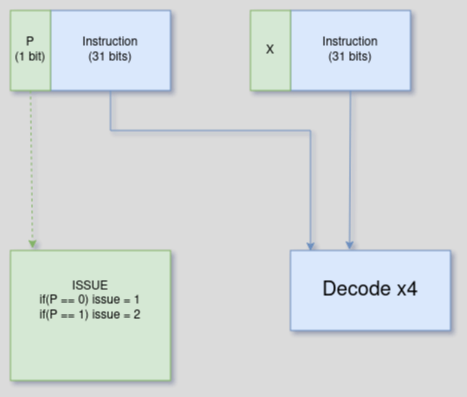
Above: graph/Altair_instruction.png in Kannagi/AltairX (draw.io), before the change. Source tidied: cells renumbered, new cells last; positions are measured from the earlier drawing's top-left corner, leaving out a move shared by most shapes. Source of this version:
```xml
<mxGraphModel background="#DBDBDB">
  <root>
    <mxCell id="0" />
    <mxCell id="1" parent="0" />
    <mxCell id="2" value="Instruction&lt;br&gt;(31 bits)" style="rounded=0;whiteSpace=wrap;html=1;fillColor=#dae8fc;strokeColor=#6c8ebf;" parent="1" vertex="1">
      <mxGeometry x="40" width="120" height="80" as="geometry" />
    </mxCell>
    <mxCell id="3" value="P&lt;br&gt;(1 bit)" style="rounded=0;whiteSpace=wrap;html=1;fillColor=#d5e8d4;strokeColor=#82b366;" parent="1" vertex="1">
      <mxGeometry width="40" height="80" as="geometry" />
    </mxCell>
    <mxCell id="4" value="Instruction&lt;br&gt;(31 bits)" style="rounded=0;whiteSpace=wrap;html=1;fillColor=#dae8fc;strokeColor=#6c8ebf;" parent="1" vertex="1">
      <mxGeometry x="280" width="120" height="80" as="geometry" />
    </mxCell>
    <mxCell id="5" value="X" style="rounded=0;whiteSpace=wrap;html=1;fillColor=#d5e8d4;strokeColor=#82b366;" parent="1" vertex="1">
      <mxGeometry x="240" width="40" height="80" as="geometry" />
    </mxCell>
    <mxCell id="6" style="endArrow=classic;html=1;rounded=0;fillColor=#d5e8d4;strokeColor=#82b366;exitX=0.5;exitY=1;exitDx=0;exitDy=0;dashed=1;entryX=0.138;entryY=-0.015;entryDx=0;entryDy=0;entryPerimeter=0;" parent="1" edge="1" source="3" target="9">
      <mxGeometry relative="1" as="geometry" />
    </mxCell>
    <mxCell id="7" style="endArrow=classic;html=1;rounded=0;fillColor=#dae8fc;strokeColor=#6c8ebf;exitX=0.5;exitY=1;exitDx=0;exitDy=0;edgeStyle=elbowEdgeStyle;elbow=vertical;entryX=0.125;entryY=0.008;entryDx=0;entryDy=0;entryPerimeter=0;" parent="1" edge="1" source="2" target="10">
      <mxGeometry relative="1" as="geometry">
        <Array as="points">
          <mxPoint x="190" y="120" />
        </Array>
      </mxGeometry>
    </mxCell>
    <mxCell id="8" style="endArrow=classic;html=1;rounded=0;fillColor=#dae8fc;strokeColor=#6c8ebf;exitX=0.5;exitY=1;exitDx=0;exitDy=0;elbow=vertical;entryX=0.369;entryY=-0.008;entryDx=0;entryDy=0;entryPerimeter=0;" parent="1" edge="1" source="4" target="10">
      <mxGeometry relative="1" as="geometry" />
    </mxCell>
    <mxCell id="9" value="ISSUE&lt;br&gt;&lt;div align=&quot;right&quot;&gt;if(P == 0) issue = 1&lt;/div&gt;&lt;div align=&quot;left&quot;&gt;if(P == 1) issue = 2&lt;br&gt;&lt;/div&gt;&lt;div&gt;&lt;div&gt;&lt;div align=&quot;right&quot;&gt;&lt;br&gt;&lt;/div&gt;&lt;div&gt;&lt;div&gt;&lt;br&gt;&lt;/div&gt;&lt;/div&gt;&lt;/div&gt;&lt;/div&gt;" style="rounded=0;whiteSpace=wrap;html=1;fillColor=#d5e8d4;strokeColor=#82b366;" parent="1" vertex="1">
      <mxGeometry y="240" width="160" height="130" as="geometry" />
    </mxCell>
    <mxCell id="10" value="&lt;font style=&quot;font-size: 20px&quot;&gt;Decode x4&lt;/font&gt;" style="rounded=0;whiteSpace=wrap;html=1;fillColor=#dae8fc;strokeColor=#6c8ebf;" parent="1" vertex="1">
      <mxGeometry x="280" y="240" width="160" height="80" as="geometry" />
    </mxCell>
  </root>
</mxGraphModel>
```
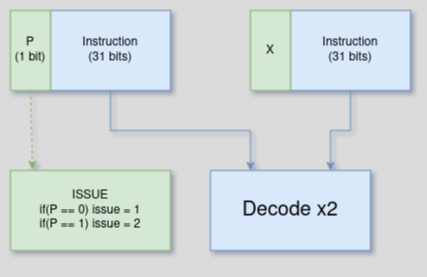
After the commit.

Diff of the diagram source:
```diff
@@ -17,21 +17,22 @@
     <mxCell id="6" style="endArrow=classic;html=1;rounded=0;fillColor=#d5e8d4;strokeColor=#82b366;exitX=0.5;exitY=1;exitDx=0;exitDy=0;dashed=1;entryX=0.138;entryY=-0.015;entryDx=0;entryDy=0;entryPerimeter=0;" parent="1" edge="1" source="3" target="9">
       <mxGeometry relative="1" as="geometry" />
     </mxCell>
-    <mxCell id="7" style="endArrow=classic;html=1;rounded=0;fillColor=#dae8fc;strokeColor=#6c8ebf;exitX=0.5;exitY=1;exitDx=0;exitDy=0;edgeStyle=elbowEdgeStyle;elbow=vertical;entryX=0.125;entryY=0.008;entryDx=0;entryDy=0;entryPerimeter=0;" parent="1" edge="1" source="2" target="10">
+    <mxCell id="7" style="endArrow=classic;html=1;rounded=0;fillColor=#dae8fc;strokeColor=#6c8ebf;exitX=0.5;exitY=1;exitDx=0;exitDy=0;edgeStyle=elbowEdgeStyle;elbow=vertical;entryX=0.25;entryY=0;entryDx=0;entryDy=0;" parent="1" edge="1" source="2" target="10">
       <mxGeometry relative="1" as="geometry">
         <Array as="points">
+          <mxPoint x="170" y="120" />
           <mxPoint x="190" y="120" />
         </Array>
       </mxGeometry>
     </mxCell>
-    <mxCell id="8" style="endArrow=classic;html=1;rounded=0;fillColor=#dae8fc;strokeColor=#6c8ebf;exitX=0.5;exitY=1;exitDx=0;exitDy=0;elbow=vertical;entryX=0.369;entryY=-0.008;entryDx=0;entryDy=0;entryPerimeter=0;" parent="1" edge="1" source="4" target="10">
+    <mxCell id="8" style="endArrow=classic;html=1;rounded=0;fillColor=#dae8fc;strokeColor=#6c8ebf;exitX=0.5;exitY=1;exitDx=0;exitDy=0;elbow=vertical;entryX=0.75;entryY=0;entryDx=0;entryDy=0;edgeStyle=orthogonalEdgeStyle;" parent="1" edge="1" source="4" target="10">
       <mxGeometry relative="1" as="geometry" />
     </mxCell>
-    <mxCell id="9" value="ISSUE&lt;br&gt;&lt;div align=&quot;right&quot;&gt;if(P == 0) issue = 1&lt;/div&gt;&lt;div align=&quot;left&quot;&gt;if(P == 1) issue = 2&lt;br&gt;&lt;/div&gt;&lt;div&gt;&lt;div&gt;&lt;div align=&quot;right&quot;&gt;&lt;br&gt;&lt;/div&gt;&lt;div&gt;&lt;div&gt;&lt;br&gt;&lt;/div&gt;&lt;/div&gt;&lt;/div&gt;&lt;/div&gt;" style="rounded=0;whiteSpace=wrap;html=1;fillColor=#d5e8d4;strokeColor=#82b366;" parent="1" vertex="1">
-      <mxGeometry y="240" width="160" height="130" as="geometry" />
+    <mxCell id="9" value="&lt;div&gt;&lt;br&gt;&lt;/div&gt;&lt;div&gt;&lt;br&gt;&lt;/div&gt;&lt;div&gt;ISSUE&lt;/div&gt;&lt;div align=&quot;right&quot;&gt;if(P == 0) issue = 1&lt;/div&gt;&lt;div align=&quot;left&quot;&gt;if(P == 1) issue = 2&lt;br&gt;&lt;/div&gt;&lt;div&gt;&lt;div&gt;&lt;div align=&quot;right&quot;&gt;&lt;br&gt;&lt;/div&gt;&lt;div&gt;&lt;div&gt;&lt;br&gt;&lt;/div&gt;&lt;/div&gt;&lt;/div&gt;&lt;/div&gt;" style="rounded=0;whiteSpace=wrap;html=1;fillColor=#d5e8d4;strokeColor=#82b366;" parent="1" vertex="1">
+      <mxGeometry y="160" width="160" height="80" as="geometry" />
     </mxCell>
-    <mxCell id="10" value="&lt;font style=&quot;font-size: 20px&quot;&gt;Decode x4&lt;/font&gt;" style="rounded=0;whiteSpace=wrap;html=1;fillColor=#dae8fc;strokeColor=#6c8ebf;" parent="1" vertex="1">
-      <mxGeometry x="280" y="240" width="160" height="80" as="geometry" />
+    <mxCell id="10" value="&lt;font style=&quot;font-size: 20px&quot;&gt;Decode x2&lt;/font&gt;" style="rounded=0;whiteSpace=wrap;html=1;fillColor=#dae8fc;strokeColor=#6c8ebf;" parent="1" vertex="1">
+      <mxGeometry x="200" y="160" width="160" height="80" as="geometry" />
     </mxCell>
   </root>
 </mxGraphModel>
```
